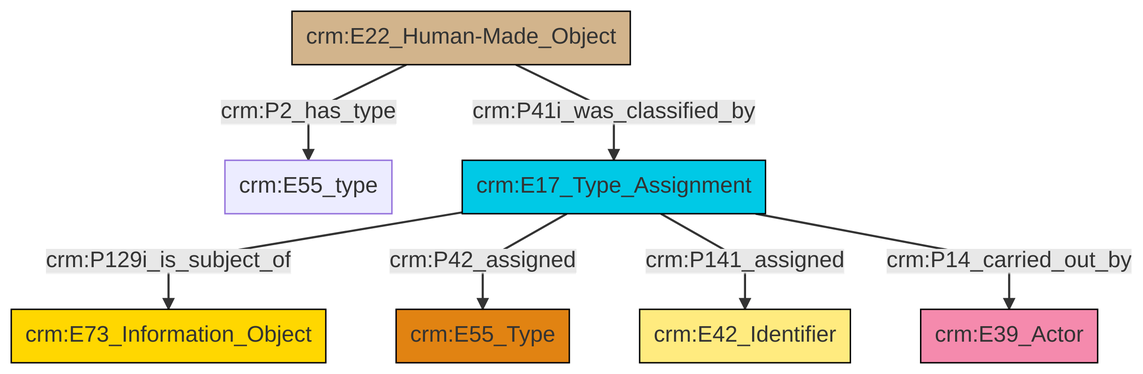
Above: et/builtWorkCSV/ttl/mmd/png/Built_Work_designation_status.png in ncarboni/srdm (Mermaid), before the change. Its source is kept beside it as et/builtWorkCSV/ttl/mmd/Built_Work_designation_status.ttl.mmd.
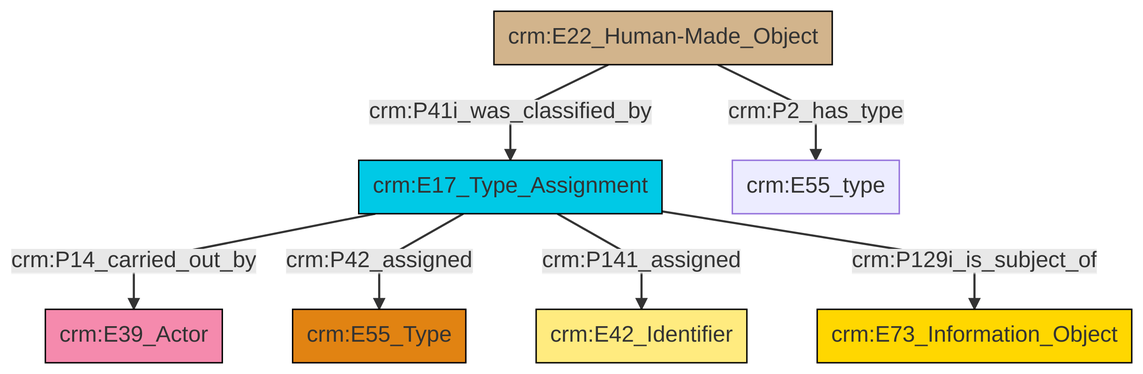
The same file after the commit.

Diff of the diagram source:
```diff
@@ -13,9 +13,9 @@
 classDef PC_Classes fill:#4ce600, stroke:#000000;
 classDef Multi fill:#cccccc,stroke:#000000;
 
-2["crm:E22_Human-Made_Object"]:::Physical_Thing -->|crm:P2_has_type| 3["crm:E55_type"]:::Default
-2["crm:E22_Human-Made_Object"]:::Physical_Thing -->|crm:P41i_was_classified_by| 4["crm:E17_Type_Assignment"]:::Temporal_Entity
-4["crm:E17_Type_Assignment"]:::Temporal_Entity -->|crm:P129i_is_subject_of| 5["crm:E73_Information_Object"]:::Conceptual_Object
-4["crm:E17_Type_Assignment"]:::Temporal_Entity -->|crm:P42_assigned| 8["crm:E55_Type"]:::Type
-4["crm:E17_Type_Assignment"]:::Temporal_Entity -->|crm:P141_assigned| 9["crm:E42_Identifier"]:::Appellation
-4["crm:E17_Type_Assignment"]:::Temporal_Entity -->|crm:P14_carried_out_by| 0["crm:E39_Actor"]:::Actor
+2["crm:E17_Type_Assignment"]:::Temporal_Entity -->|crm:P14_carried_out_by| 3["crm:E39_Actor"]:::Actor
+7["crm:E22_Human-Made_Object"]:::Physical_Thing -->|crm:P2_has_type| 8["crm:E55_type"]:::Default
+2["crm:E17_Type_Assignment"]:::Temporal_Entity -->|crm:P42_assigned| 9["crm:E55_Type"]:::Type
+2["crm:E17_Type_Assignment"]:::Temporal_Entity -->|crm:P141_assigned| 0["crm:E42_Identifier"]:::Appellation
+2["crm:E17_Type_Assignment"]:::Temporal_Entity -->|crm:P129i_is_subject_of| 4["crm:E73_Information_Object"]:::Conceptual_Object
+7["crm:E22_Human-Made_Object"]:::Physical_Thing -->|crm:P41i_was_classified_by| 2["crm:E17_Type_Assignment"]:::Temporal_Entity
```
